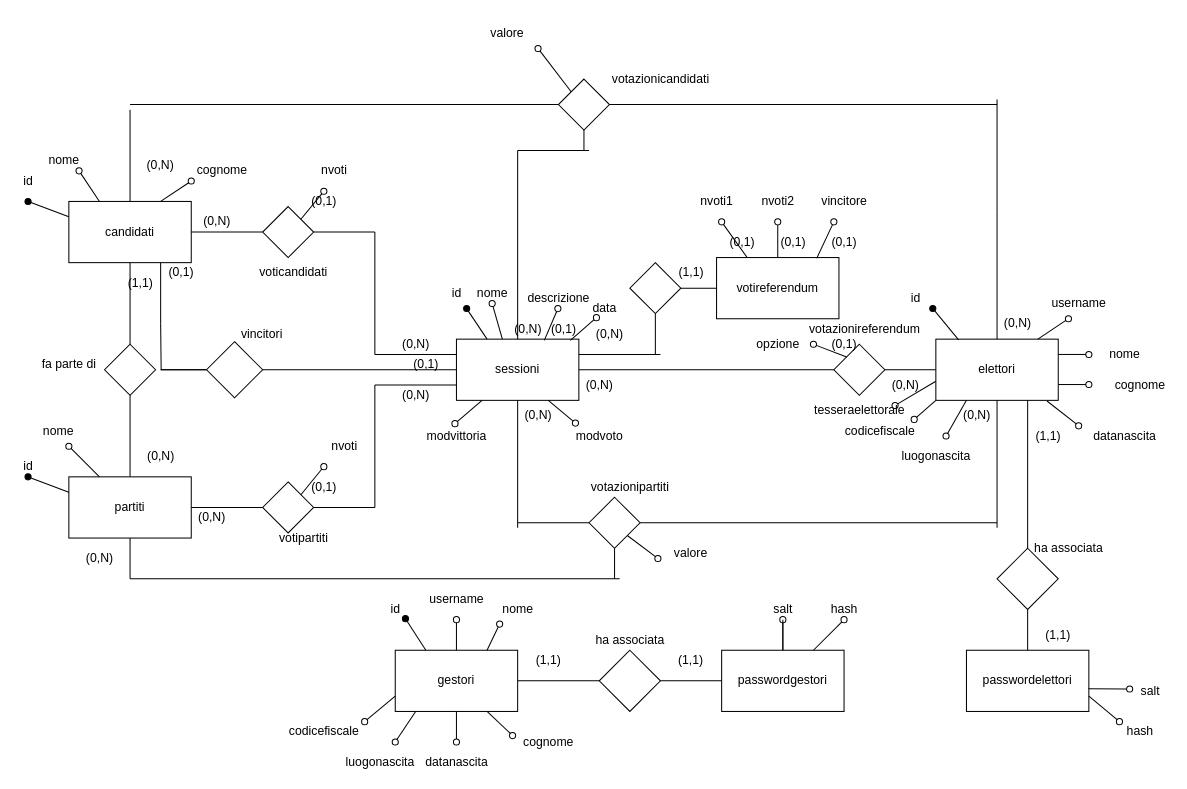
Before: docs/database/Scherma ER.drawio in gbrsni/votoElettronico, a draw.io diagram. Source tidied: cells renumbered, new cells numbered last; positions are measured from the earlier drawing's top-left corner, leaving out a move shared by most shapes. Both pictures are drawn from the tidied source at 102%, with x=0, y=0 at pixel (17, 17).
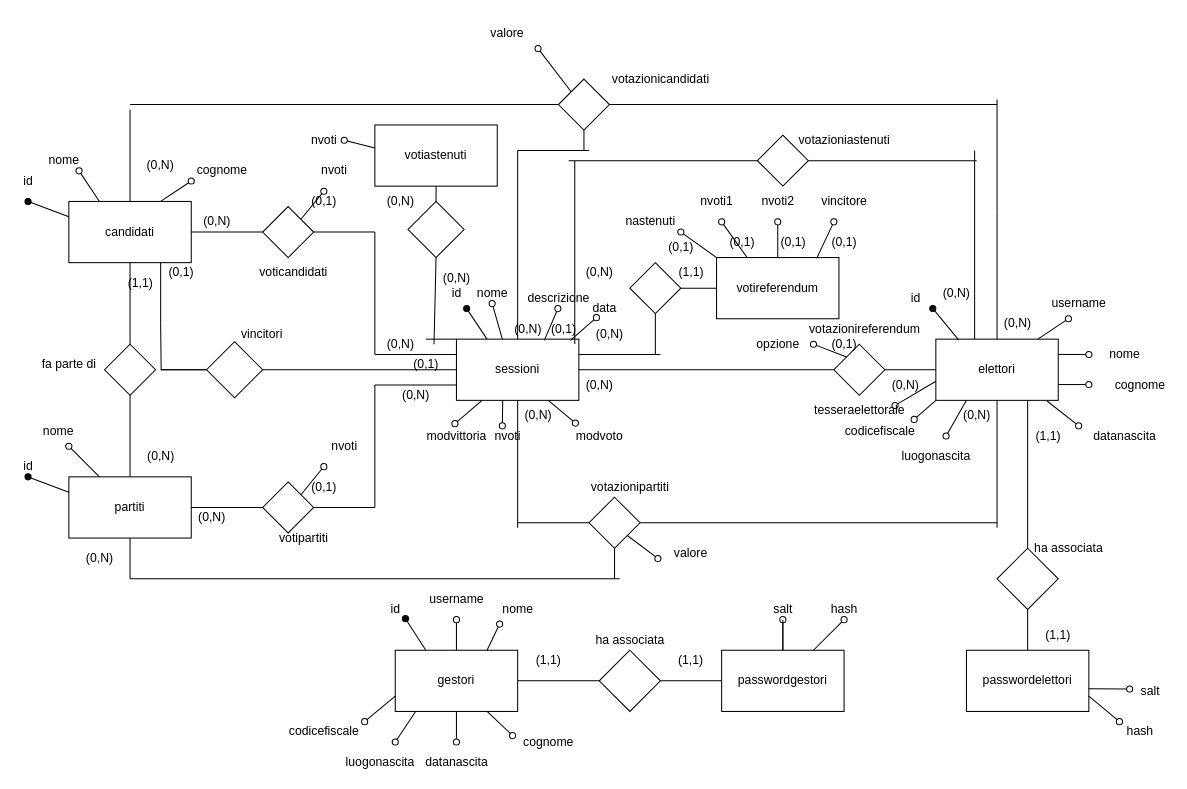
The same diagram, later.

Commit message:
gestione scheda bianca

The change refers to these unchanged cells:
```xml
<mxCell id="23" value="sessioni" style="rounded=0;whiteSpace=wrap;html=1;" parent="1" vertex="1">
  <mxGeometry x="430" y="315" width="120" height="60" as="geometry" />
</mxCell>
<mxCell id="30" value="elettori" style="rounded=0;whiteSpace=wrap;html=1;" parent="1" vertex="1">
  <mxGeometry x="900" y="315" width="120" height="60" as="geometry" />
</mxCell>
<mxCell id="47" value="votireferendum" style="rounded=0;whiteSpace=wrap;html=1;" parent="1" vertex="1">
  <mxGeometry x="685" y="235" width="120" height="60" as="geometry" />
</mxCell>
<mxCell id="164" value="(0,1)" style="text;html=1;align=center;verticalAlign=middle;points=[];strokeColor=none;fillColor=none;" parent="1" vertex="1">
  <mxGeometry x="515" y="295" width="40" height="20" as="geometry" />
</mxCell>
```

Change to the diagram source:
```diff
@@
     <mxCell id="64" value="(0,N)" style="text;html=1;align=center;verticalAlign=middle;strokeColor=none;fillColor=none;" parent="1" vertex="1">
-      <mxGeometry x="370" y="310" width="40" height="20" as="geometry" />
+      <mxGeometry x="355" y="310" width="40" height="20" as="geometry" />
     </mxCell>
@@
+    <mxCell id="173" style="endArrow=oval;html=1;rounded=0;exitX=0;exitY=0;exitDx=0;exitDy=0;startArrow=none;startFill=0;endFill=0;" parent="1" edge="1" source="47">
+      <mxGeometry relative="1" as="geometry">
+        <mxPoint x="650" y="210" as="targetPoint" />
+      </mxGeometry>
+    </mxCell>
+    <mxCell id="174" value="nastenuti&lt;br&gt;" style="text;html=1;align=center;verticalAlign=middle;strokeColor=none;fillColor=none;" parent="1" vertex="1">
+      <mxGeometry x="590" y="190" width="60" height="20" as="geometry" />
+    </mxCell>
+    <mxCell id="175" value="(0,1)" style="text;html=1;align=center;verticalAlign=middle;strokeColor=none;fillColor=none;" parent="1" vertex="1">
+      <mxGeometry x="630" y="215" width="40" height="20" as="geometry" />
+    </mxCell>
+    <mxCell id="176" style="endArrow=none;html=1;rounded=0;exitX=0.775;exitY=1.233;exitDx=0;exitDy=0;exitPerimeter=0;" parent="1" edge="1" source="164">
+      <mxGeometry relative="1" as="geometry">
+        <mxPoint x="546" y="140" as="targetPoint" />
+      </mxGeometry>
+    </mxCell>
+    <mxCell id="177" style="rhombus;whiteSpace=wrap;html=1;" parent="1" vertex="1">
+      <mxGeometry x="725" y="115" width="50" height="50" as="geometry" />
+    </mxCell>
+    <mxCell id="178" style="endArrow=none;html=1;rounded=0;entryX=0;entryY=0.5;entryDx=0;entryDy=0;" parent="1" edge="1" target="177">
+      <mxGeometry relative="1" as="geometry">
+        <mxPoint x="540" y="140" as="sourcePoint" />
+      </mxGeometry>
+    </mxCell>
+    <mxCell id="179" style="endArrow=none;html=1;rounded=0;exitX=0.317;exitY=0;exitDx=0;exitDy=0;exitPerimeter=0;" parent="1" edge="1" source="30">
+      <mxGeometry relative="1" as="geometry">
+        <mxPoint x="938" y="130" as="targetPoint" />
+      </mxGeometry>
+    </mxCell>
+    <mxCell id="180" style="endArrow=none;html=1;rounded=0;exitX=1;exitY=0.5;exitDx=0;exitDy=0;" parent="1" edge="1" source="177">
+      <mxGeometry relative="1" as="geometry">
+        <mxPoint x="940" y="140" as="targetPoint" />
+      </mxGeometry>
+    </mxCell>
+    <mxCell id="181" value="votazioniastenuti" style="text;html=1;align=center;verticalAlign=middle;strokeColor=none;fillColor=none;" parent="1" vertex="1">
+      <mxGeometry x="760" y="110" width="100" height="20" as="geometry" />
+    </mxCell>
+    <mxCell id="182" value="votiastenuti" style="rounded=0;whiteSpace=wrap;html=1;" parent="1" vertex="1">
+      <mxGeometry x="350" y="105" width="120" height="60" as="geometry" />
+    </mxCell>
+    <mxCell id="183" style="rhombus;whiteSpace=wrap;html=1;" parent="1" vertex="1">
+      <mxGeometry x="382.5" y="180" width="55" height="55" as="geometry" />
+    </mxCell>
+    <mxCell id="184" style="endArrow=none;html=1;rounded=0;exitX=0;exitY=0;exitDx=0;exitDy=0;" parent="1" edge="1" source="23">
+      <mxGeometry relative="1" as="geometry">
+        <mxPoint x="400" y="315" as="targetPoint" />
+      </mxGeometry>
+    </mxCell>
+    <mxCell id="185" style="endArrow=none;html=1;rounded=0;entryX=0.5;entryY=1;entryDx=0;entryDy=0;" parent="1" edge="1" target="183">
+      <mxGeometry relative="1" as="geometry">
+        <mxPoint x="408" y="320" as="sourcePoint" />
+      </mxGeometry>
+    </mxCell>
+    <mxCell id="186" style="endArrow=none;html=1;rounded=0;entryX=0.5;entryY=1;entryDx=0;entryDy=0;exitX=0.5;exitY=0;exitDx=0;exitDy=0;" parent="1" edge="1" source="183" target="182">
+      <mxGeometry relative="1" as="geometry" />
+    </mxCell>
+    <mxCell id="187" style="endArrow=none;html=1;rounded=0;entryX=0.378;entryY=1;entryDx=0;entryDy=0;entryPerimeter=0;endFill=0;startArrow=oval;startFill=0;" parent="1" edge="1" target="23">
+      <mxGeometry relative="1" as="geometry">
+        <mxPoint x="475" y="400" as="sourcePoint" />
+      </mxGeometry>
+    </mxCell>
+    <mxCell id="188" value="nvoti&lt;br&gt;" style="text;html=1;align=center;verticalAlign=middle;strokeColor=none;fillColor=none;" parent="1" vertex="1">
+      <mxGeometry x="460" y="400" width="40" height="20" as="geometry" />
+    </mxCell>
+    <mxCell id="189" value="(0,N)" style="text;html=1;align=center;verticalAlign=middle;strokeColor=none;fillColor=none;" parent="1" vertex="1">
+      <mxGeometry x="900" y="260" width="40" height="20" as="geometry" />
+    </mxCell>
+    <mxCell id="190" value="(0,N)" style="text;html=1;align=center;verticalAlign=middle;strokeColor=none;fillColor=none;" parent="1" vertex="1">
+      <mxGeometry x="550" y="240" width="40" height="20" as="geometry" />
+    </mxCell>
+    <mxCell id="191" value="(0,N)" style="text;html=1;align=center;verticalAlign=middle;strokeColor=none;fillColor=none;" parent="1" vertex="1">
+      <mxGeometry x="410" y="245" width="40" height="20" as="geometry" />
+    </mxCell>
+    <mxCell id="192" value="(0,N)" style="text;html=1;align=center;verticalAlign=middle;strokeColor=none;fillColor=none;" parent="1" vertex="1">
+      <mxGeometry x="355" y="170" width="40" height="20" as="geometry" />
+    </mxCell>
+    <mxCell id="193" style="endArrow=none;html=1;rounded=0;entryX=0;entryY=0.378;entryDx=0;entryDy=0;entryPerimeter=0;endFill=0;startArrow=oval;startFill=0;" parent="1" edge="1" target="182">
+      <mxGeometry relative="1" as="geometry">
+        <mxPoint x="320" y="120" as="sourcePoint" />
+      </mxGeometry>
+    </mxCell>
+    <mxCell id="194" value="nvoti" style="text;html=1;align=center;verticalAlign=middle;strokeColor=none;fillColor=none;" parent="1" vertex="1">
+      <mxGeometry x="280" y="110" width="40" height="20" as="geometry" />
+    </mxCell>
```
